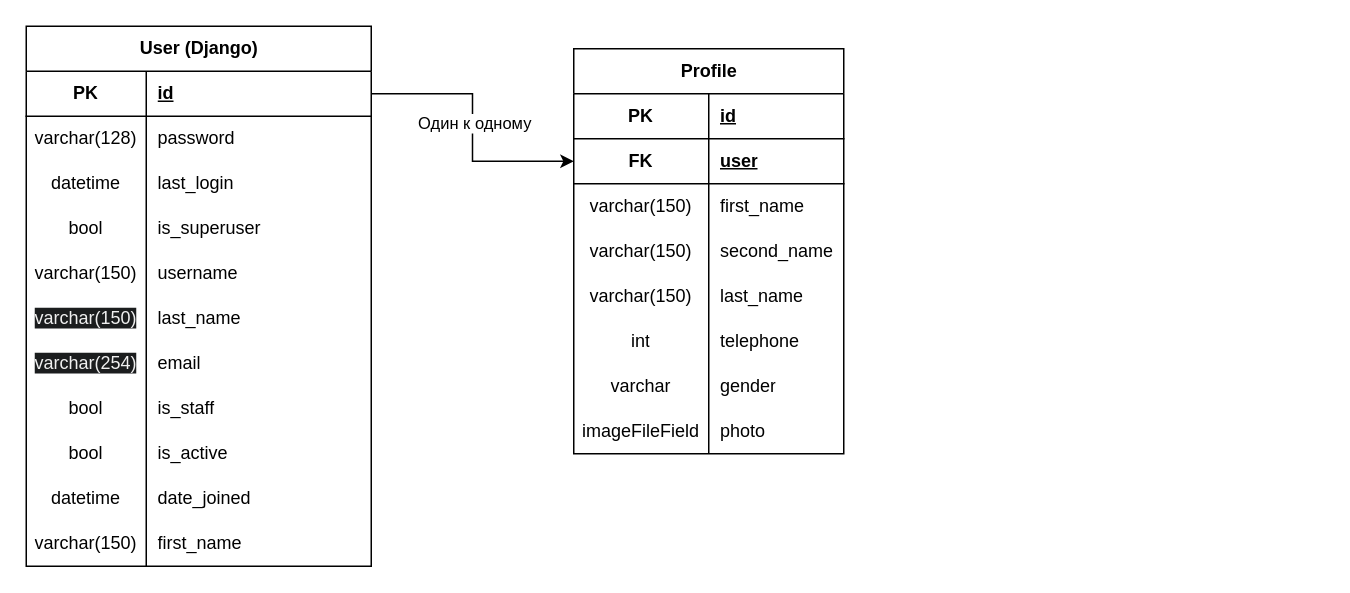
Above: database_tables_diagram.drawio in Rade16/All-in-school-React (draw.io), before the change. Source tidied: cells renumbered, new cells numbered last; positions are measured from the earlier drawing's top-left corner, leaving out a move shared by most shapes. Both pictures are drawn from the tidied source at 150%, with x=0, y=0 at pixel (26, 26).
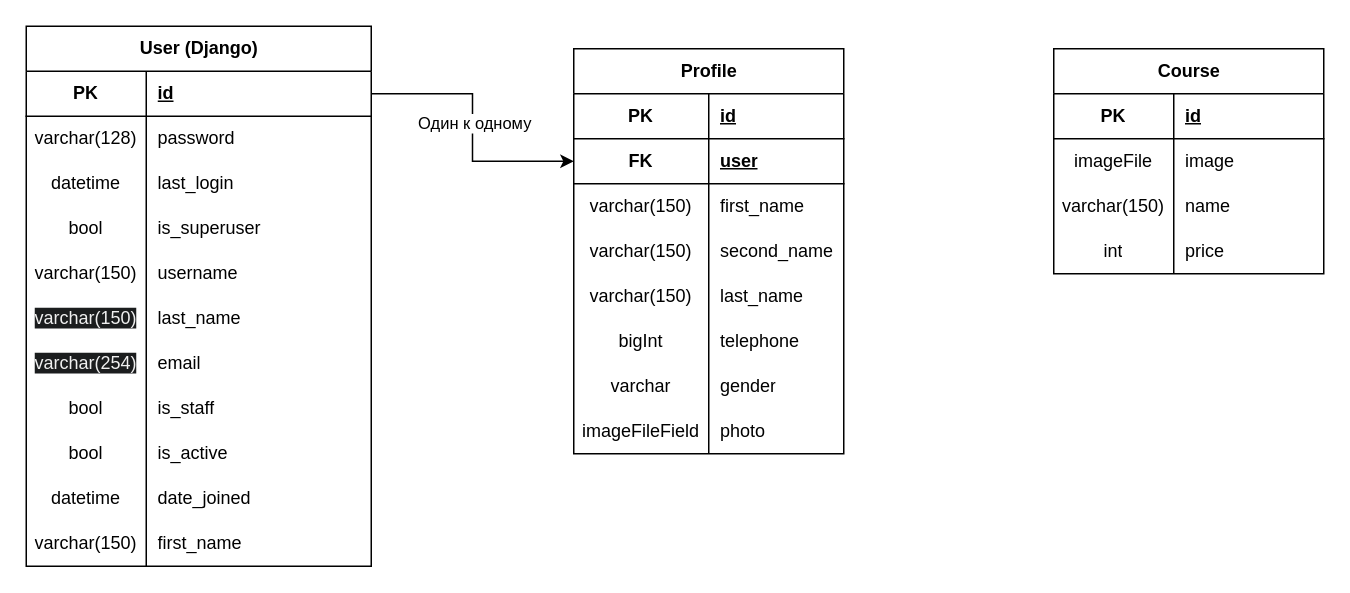
The same page after the edit.

The change refers to these unchanged cells:
```xml
<mxCell id="52" style="shape=tableRow;horizontal=0;startSize=0;swimlaneHead=0;swimlaneBody=0;fillColor=none;top=0;left=0;right=0;bottom=0;" parent="36" vertex="1">
  <mxGeometry y="180" width="180" height="30" as="geometry" />
</mxCell>
```

The edit, as a diff of the source:
```diff
@@
-    <mxCell id="53" value="int" style="shape=partialRectangle;fillColor=none;top=0;left=0;bottom=0;right=0;overflow=hidden;whiteSpace=wrap;html=1;" parent="52" vertex="1">
+    <mxCell id="53" value="bigInt" style="shape=partialRectangle;fillColor=none;top=0;left=0;bottom=0;right=0;overflow=hidden;whiteSpace=wrap;html=1;" parent="52" vertex="1">
       <mxGeometry width="90" height="30" as="geometry" />
     </mxCell>
@@
+    <mxCell id="63" value="Course" style="shape=table;startSize=30;childLayout=tableLayout;rowLines=0;fontStyle=1;align=center;html=1;" parent="1" vertex="1">
+      <mxGeometry x="685" y="15" width="180" height="150" as="geometry" />
+    </mxCell>
+    <mxCell id="64" style="shape=tableRow;horizontal=0;startSize=0;swimlaneHead=0;swimlaneBody=0;fillColor=none;top=0;left=0;right=0;bottom=1;" parent="63" vertex="1">
+      <mxGeometry y="30" width="180" height="30" as="geometry" />
+    </mxCell>
+    <mxCell id="65" value="PK" style="shape=partialRectangle;fillColor=none;top=0;left=0;bottom=0;right=0;fontStyle=1;overflow=hidden;whiteSpace=wrap;html=1;" parent="64" vertex="1">
+      <mxGeometry width="80" height="30" as="geometry" />
+    </mxCell>
+    <mxCell id="66" value="id" style="shape=partialRectangle;fillColor=none;top=0;left=0;bottom=0;right=0;align=left;spacingLeft=6;fontStyle=5;overflow=hidden;whiteSpace=wrap;html=1;" parent="64" vertex="1">
+      <mxGeometry x="80" width="100" height="30" as="geometry" />
+    </mxCell>
+    <mxCell id="67" style="shape=tableRow;horizontal=0;startSize=0;swimlaneHead=0;swimlaneBody=0;fillColor=none;top=0;left=0;right=0;bottom=0;" parent="63" vertex="1">
+      <mxGeometry y="60" width="180" height="30" as="geometry" />
+    </mxCell>
+    <mxCell id="68" value="imageFile" style="shape=partialRectangle;fillColor=none;top=0;left=0;bottom=0;right=0;overflow=hidden;whiteSpace=wrap;html=1;" parent="67" vertex="1">
+      <mxGeometry width="80" height="30" as="geometry" />
+    </mxCell>
+    <mxCell id="69" value="image" style="shape=partialRectangle;fillColor=none;top=0;left=0;bottom=0;right=0;align=left;spacingLeft=6;overflow=hidden;whiteSpace=wrap;html=1;" parent="67" vertex="1">
+      <mxGeometry x="80" width="100" height="30" as="geometry" />
+    </mxCell>
+    <mxCell id="70" style="shape=tableRow;horizontal=0;startSize=0;swimlaneHead=0;swimlaneBody=0;fillColor=none;top=0;left=0;right=0;bottom=0;" parent="63" vertex="1">
+      <mxGeometry y="90" width="180" height="30" as="geometry" />
+    </mxCell>
+    <mxCell id="71" value="varchar(150)" style="shape=partialRectangle;fillColor=none;top=0;left=0;bottom=0;right=0;overflow=hidden;whiteSpace=wrap;html=1;" parent="70" vertex="1">
+      <mxGeometry width="80" height="30" as="geometry" />
+    </mxCell>
+    <mxCell id="72" value="name" style="shape=partialRectangle;fillColor=none;top=0;left=0;bottom=0;right=0;align=left;spacingLeft=6;overflow=hidden;whiteSpace=wrap;html=1;" parent="70" vertex="1">
+      <mxGeometry x="80" width="100" height="30" as="geometry" />
+    </mxCell>
+    <mxCell id="73" style="shape=tableRow;horizontal=0;startSize=0;swimlaneHead=0;swimlaneBody=0;fillColor=none;top=0;left=0;right=0;bottom=0;" parent="63" vertex="1">
+      <mxGeometry y="120" width="180" height="30" as="geometry" />
+    </mxCell>
+    <mxCell id="74" value="int" style="shape=partialRectangle;fillColor=none;top=0;left=0;bottom=0;right=0;overflow=hidden;whiteSpace=wrap;html=1;" parent="73" vertex="1">
+      <mxGeometry width="80" height="30" as="geometry" />
+    </mxCell>
+    <mxCell id="75" value="price" style="shape=partialRectangle;fillColor=none;top=0;left=0;bottom=0;right=0;align=left;spacingLeft=6;overflow=hidden;whiteSpace=wrap;html=1;" parent="73" vertex="1">
+      <mxGeometry x="80" width="100" height="30" as="geometry" />
+    </mxCell>
```
